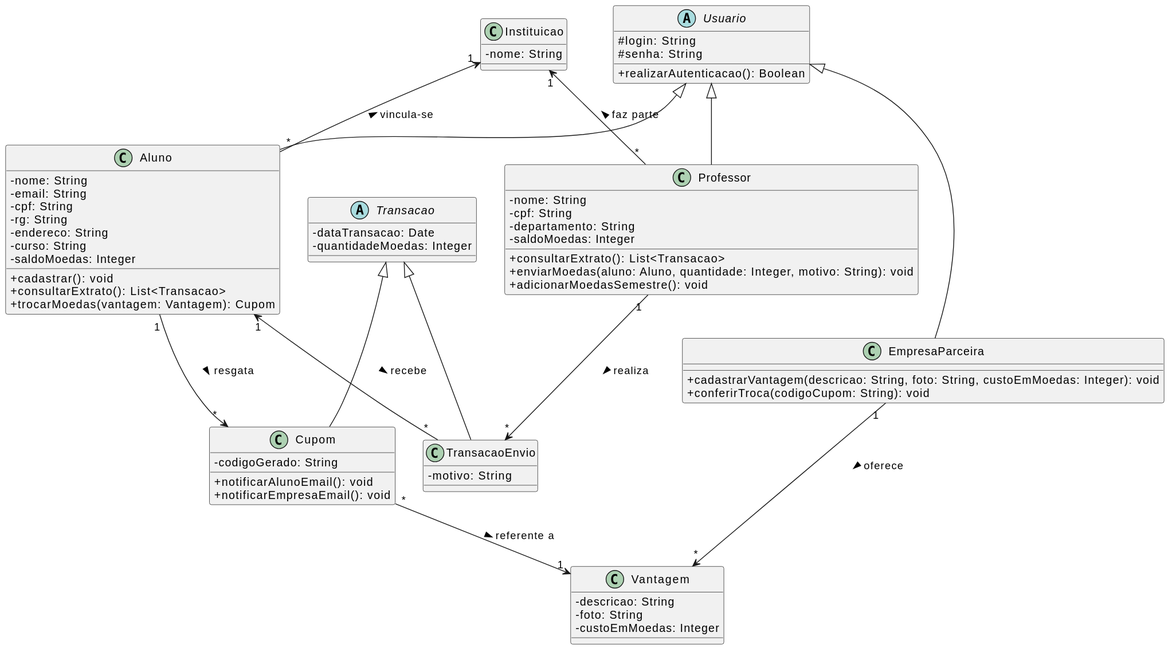
Above: docs/DiagramadeClasses.svg in jjoaom/PS-PUCMG-StudentCoin (PlantUML), before the change. Source of this version:
```plantuml
@startuml
skinparam classAttributeIconSize 0

abstract class Usuario {
  # login: String
  # senha: String
  + realizarAutenticacao(): Boolean
}

class Instituicao {
  - nome: String
}

class Aluno {
  - nome: String
  - email: String
  - cpf: String
  - rg: String
  - endereco: String
  - curso: String
  - saldoMoedas: Integer
  + cadastrar(): void
  + consultarExtrato(): List<Transacao>
  + trocarMoedas(vantagem: Vantagem): Cupom
}

class Professor {
  - nome: String
  - cpf: String
  - departamento: String
  - saldoMoedas: Integer
  + consultarExtrato(): List<Transacao>
  + enviarMoedas(aluno: Aluno, quantidade: Integer, motivo: String): void
  + adicionarMoedasSemestre(): void
}

class EmpresaParceira {
  + cadastrarVantagem(descricao: String, foto: String, custoEmMoedas: Integer): void
  + conferirTroca(codigoCupom: String): void
}

class Vantagem {
  - descricao: String
  - foto: String
  - custoEmMoedas: Integer
}

abstract class Transacao {
  - dataTransacao: Date
  - quantidadeMoedas: Integer
}

class TransacaoEnvio {
  - motivo: String
}

class Cupom {
  - codigoGerado: String
  + notificarAlunoEmail(): void
  + notificarEmpresaEmail(): void
}

Usuario <|-- Aluno
Usuario <|-- Professor
Usuario <|-- EmpresaParceira

Transacao <|-- TransacaoEnvio
Transacao <|-- Cupom

Aluno "*" -up-> "1" Instituicao : vincula-se >
Professor "*" -up-> "1" Instituicao : faz parte >
EmpresaParceira "1" --> "*" Vantagem : oferece >

Professor "1" --> "*" TransacaoEnvio : realiza >
Aluno "1" <-- "*" TransacaoEnvio : recebe >

Aluno "1" --> "*" Cupom : resgata >
Cupom "*" --> "1" Vantagem : referente a >
@enduml
```
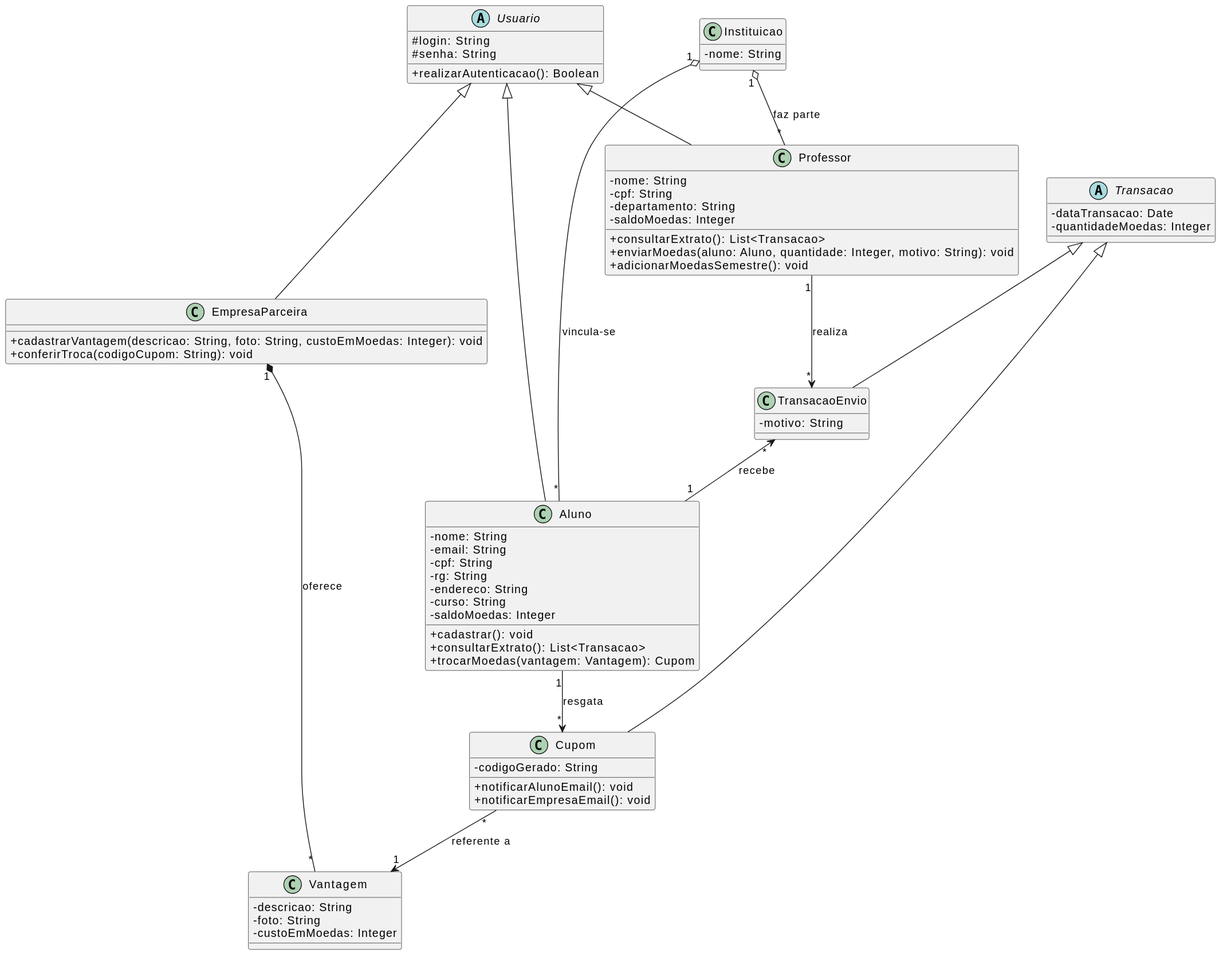
After the change.

Commit message:
Atualizando o diagrama de classes

What changed in the source:
```diff
@@ -2,78 +2,77 @@
 skinparam classAttributeIconSize 0
 
 abstract class Usuario {
-  # login: String
-  # senha: String
-  + realizarAutenticacao(): Boolean
+  #login: String
+  #senha: String
+  +realizarAutenticacao(): Boolean
 }
 
 class Instituicao {
-  - nome: String
+  -nome: String
 }
 
 class Aluno {
-  - nome: String
-  - email: String
-  - cpf: String
-  - rg: String
-  - endereco: String
-  - curso: String
-  - saldoMoedas: Integer
-  + cadastrar(): void
-  + consultarExtrato(): List<Transacao>
-  + trocarMoedas(vantagem: Vantagem): Cupom
+  -nome: String
+  -email: String
+  -cpf: String
+  -rg: String
+  -endereco: String
+  -curso: String
+  -saldoMoedas: Integer
+  +cadastrar(): void
+  +consultarExtrato(): List<Transacao>
+  +trocarMoedas(vantagem: Vantagem): Cupom
 }
 
 class Professor {
-  - nome: String
-  - cpf: String
-  - departamento: String
-  - saldoMoedas: Integer
-  + consultarExtrato(): List<Transacao>
-  + enviarMoedas(aluno: Aluno, quantidade: Integer, motivo: String): void
-  + adicionarMoedasSemestre(): void
+  -nome: String
+  -cpf: String
+  -departamento: String
+  -saldoMoedas: Integer
+  +consultarExtrato(): List<Transacao>
+  +enviarMoedas(aluno: Aluno, quantidade: Integer, motivo: String): void
+  +adicionarMoedasSemestre(): void
 }
 
 class EmpresaParceira {
-  + cadastrarVantagem(descricao: String, foto: String, custoEmMoedas: Integer): void
-  + conferirTroca(codigoCupom: String): void
+  +cadastrarVantagem(descricao: String, foto: String, custoEmMoedas: Integer): void
+  +conferirTroca(codigoCupom: String): void
+}
+
+abstract class Transacao {
+  -dataTransacao: Date
+  -quantidadeMoedas: Integer
+}
+
+class TransacaoEnvio {
+  -motivo: String
+}
+
+class Cupom {
+  -codigoGerado: String
+  +notificarAlunoEmail(): void
+  +notificarEmpresaEmail(): void
 }
 
 class Vantagem {
-  - descricao: String
-  - foto: String
-  - custoEmMoedas: Integer
+  -descricao: String
+  -foto: String
+  -custoEmMoedas: Integer
 }
 
-abstract class Transacao {
-  - dataTransacao: Date
-  - quantidadeMoedas: Integer
-}
-
-class TransacaoEnvio {
-  - motivo: String
-}
-
-class Cupom {
-  - codigoGerado: String
-  + notificarAlunoEmail(): void
-  + notificarEmpresaEmail(): void
-}
-
-Usuario <|-- Aluno
 Usuario <|-- Professor
 Usuario <|-- EmpresaParceira
-
+Usuario <|-- Aluno
 Transacao <|-- TransacaoEnvio
 Transacao <|-- Cupom
 
-Aluno "*" -up-> "1" Instituicao : vincula-se >
-Professor "*" -up-> "1" Instituicao : faz parte >
-EmpresaParceira "1" --> "*" Vantagem : oferece >
+Instituicao "1" o-- "*" Aluno : vincula-se
+Instituicao "1" o-- "*" Professor : faz parte
 
-Professor "1" --> "*" TransacaoEnvio : realiza >
-Aluno "1" <-- "*" TransacaoEnvio : recebe >
+EmpresaParceira "1" *-- "*" Vantagem : oferece
 
-Aluno "1" --> "*" Cupom : resgata >
-Cupom "*" --> "1" Vantagem : referente a >
+Professor "1" --> "*" TransacaoEnvio : realiza
+TransacaoEnvio "*" <-- "1" Aluno : recebe
+Aluno "1" --> "*" Cupom : resgata
+Cupom "*" --> "1" Vantagem : referente a
 @enduml
```
